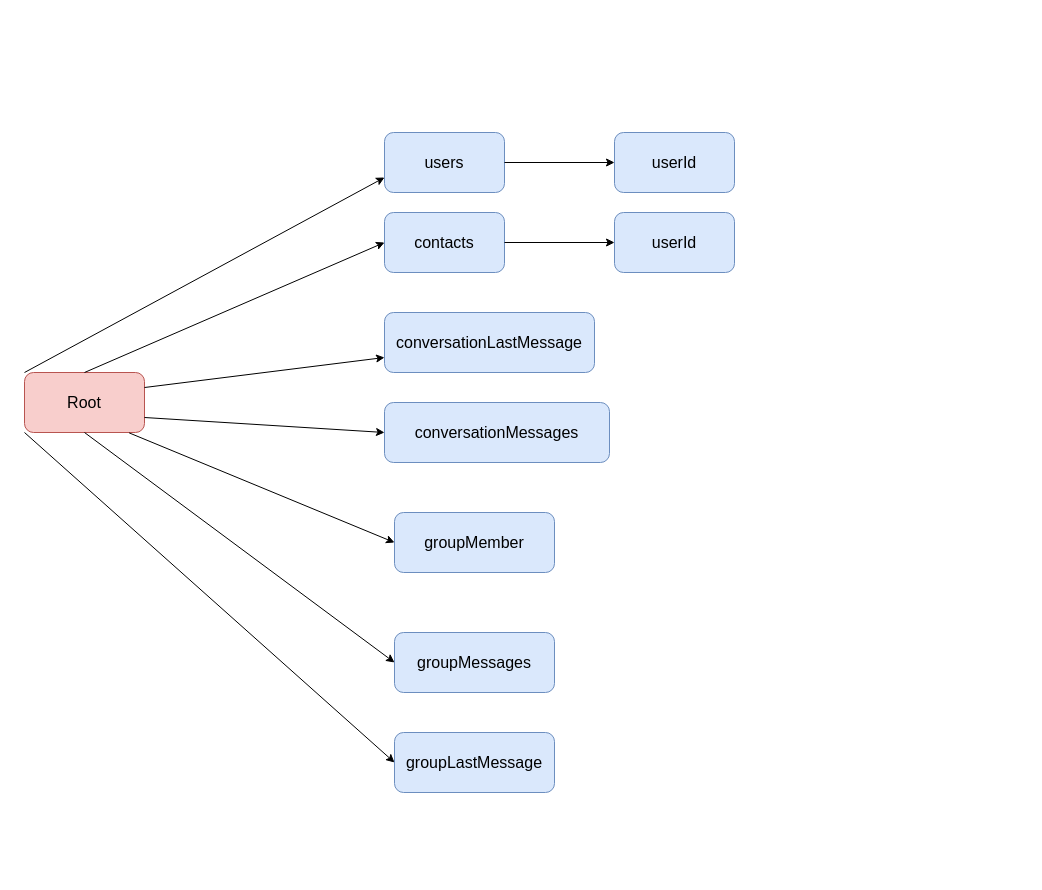
This is Untitled Diagram.drawio from vuduongtp/RingChat-Java-Android, a draw.io file, before an edit. Source tidied: cells renumbered, new cells numbered last; positions are measured from the earlier drawing's top-left corner, leaving out a move shared by most shapes. Both pictures are drawn from the tidied source at 100%, with x=0, y=0 at pixel (24, 132).
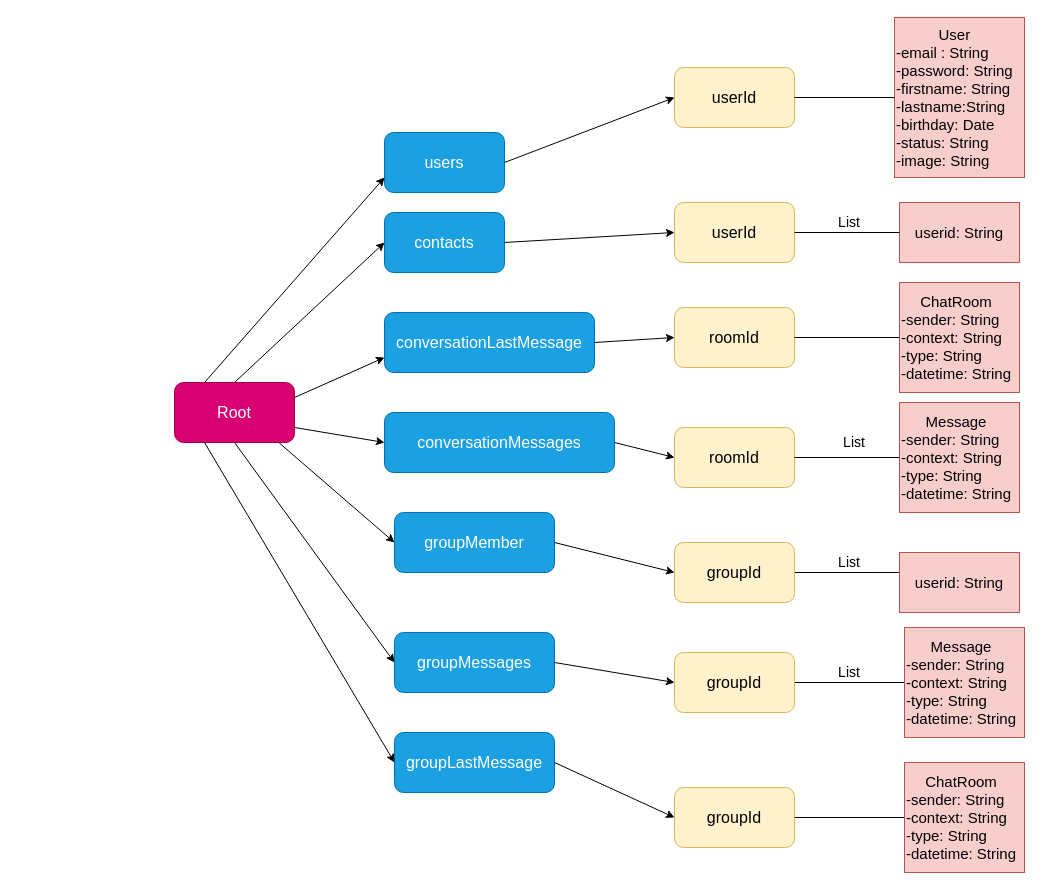
The same page after the edit.

Diff of the diagram source:
```diff
@@
-    <mxCell id="2" value="&lt;font style=&quot;font-size: 16px&quot;&gt;Root&lt;/font&gt;" style="rounded=1;whiteSpace=wrap;html=1;fillColor=#f8cecc;strokeColor=#b85450;" parent="1" vertex="1">
-      <mxGeometry y="240" width="120" height="60" as="geometry" />
+    <mxCell id="2" value="&lt;font style=&quot;font-size: 16px&quot;&gt;Root&lt;/font&gt;" style="rounded=1;whiteSpace=wrap;html=1;fillColor=#d80073;strokeColor=#A50040;fontColor=#ffffff;" parent="1" vertex="1">
+      <mxGeometry x="150" y="250" width="120" height="60" as="geometry" />
     </mxCell>
-    <mxCell id="3" value="&lt;font style=&quot;font-size: 16px&quot;&gt;users&lt;/font&gt;" style="rounded=1;whiteSpace=wrap;html=1;fillColor=#dae8fc;strokeColor=#6c8ebf;" parent="1" vertex="1">
+    <mxCell id="3" value="&lt;font style=&quot;font-size: 16px&quot;&gt;users&lt;/font&gt;" style="rounded=1;whiteSpace=wrap;html=1;fillColor=#1ba1e2;strokeColor=#006EAF;fontColor=#ffffff;" parent="1" vertex="1">
       <mxGeometry x="360" width="120" height="60" as="geometry" />
     </mxCell>
-    <mxCell id="4" value="&lt;span style=&quot;font-size: 16px&quot;&gt;contacts&lt;/span&gt;" style="rounded=1;whiteSpace=wrap;html=1;fillColor=#dae8fc;strokeColor=#6c8ebf;" parent="1" vertex="1">
+    <mxCell id="4" value="&lt;span style=&quot;font-size: 16px&quot;&gt;contacts&lt;/span&gt;" style="rounded=1;whiteSpace=wrap;html=1;fillColor=#1ba1e2;strokeColor=#006EAF;fontColor=#ffffff;" parent="1" vertex="1">
       <mxGeometry x="360" y="80" width="120" height="60" as="geometry" />
     </mxCell>
-    <mxCell id="5" value="&lt;span style=&quot;font-size: 16px&quot;&gt;conversationLastMessage&lt;/span&gt;" style="rounded=1;whiteSpace=wrap;html=1;fillColor=#dae8fc;strokeColor=#6c8ebf;" parent="1" vertex="1">
+    <mxCell id="5" value="&lt;span style=&quot;font-size: 16px&quot;&gt;conversationLastMessage&lt;/span&gt;" style="rounded=1;whiteSpace=wrap;html=1;fillColor=#1ba1e2;strokeColor=#006EAF;fontColor=#ffffff;" parent="1" vertex="1">
       <mxGeometry x="360" y="180" width="210" height="60" as="geometry" />
     </mxCell>
     <mxCell id="6" style="group;" parent="1" vertex="1">
-      <mxGeometry x="360" y="250" width="450" height="80" as="geometry" />
+      <mxGeometry x="360" y="260" width="230" height="80" as="geometry" />
     </mxCell>
-    <mxCell id="7" value="&lt;span style=&quot;font-size: 16px&quot;&gt;conversationMessages&lt;/span&gt;" style="rounded=1;whiteSpace=wrap;html=1;fillColor=#dae8fc;strokeColor=#6c8ebf;" parent="6" vertex="1">
-      <mxGeometry y="20" width="225" height="60" as="geometry" />
+    <mxCell id="7" value="&lt;span style=&quot;font-size: 16px&quot;&gt;conversationMessages&lt;/span&gt;" style="rounded=1;whiteSpace=wrap;html=1;fillColor=#1ba1e2;strokeColor=#006EAF;fontColor=#ffffff;" parent="6" vertex="1">
+      <mxGeometry y="20" width="230" height="60" as="geometry" />
     </mxCell>
-    <mxCell id="8" style="endArrow=classic;html=1;exitX=0;exitY=0;exitDx=0;exitDy=0;entryX=0;entryY=0.75;entryDx=0;entryDy=0;" parent="1" edge="1" source="2" target="3">
+    <mxCell id="8" style="endArrow=classic;html=1;exitX=0.25;exitY=0;exitDx=0;exitDy=0;entryX=0;entryY=0.75;entryDx=0;entryDy=0;" parent="1" edge="1" source="2" target="3">
       <mxGeometry relative="1" as="geometry" />
     </mxCell>
@@
-    <mxCell id="13" value="&lt;font style=&quot;font-size: 16px&quot;&gt;groupMember&lt;/font&gt;" style="rounded=1;whiteSpace=wrap;html=1;fillColor=#dae8fc;strokeColor=#6c8ebf;" parent="1" vertex="1">
+    <mxCell id="13" value="&lt;font style=&quot;font-size: 16px&quot;&gt;groupMember&lt;/font&gt;" style="rounded=1;whiteSpace=wrap;html=1;fillColor=#1ba1e2;strokeColor=#006EAF;fontColor=#ffffff;" parent="1" vertex="1">
       <mxGeometry x="370" y="380" width="160" height="60" as="geometry" />
     </mxCell>
@@
-    <mxCell id="15" value="&lt;font style=&quot;font-size: 16px&quot;&gt;groupLastMessage&lt;/font&gt;" style="rounded=1;whiteSpace=wrap;html=1;fillColor=#dae8fc;strokeColor=#6c8ebf;" parent="1" vertex="1">
+    <mxCell id="15" value="&lt;font style=&quot;font-size: 16px&quot;&gt;groupLastMessage&lt;/font&gt;" style="rounded=1;whiteSpace=wrap;html=1;fillColor=#1ba1e2;strokeColor=#006EAF;fontColor=#ffffff;" parent="1" vertex="1">
       <mxGeometry x="370" y="600" width="160" height="60" as="geometry" />
     </mxCell>
-    <mxCell id="16" style="endArrow=classic;html=1;exitX=0;exitY=1;exitDx=0;exitDy=0;entryX=0;entryY=0.5;entryDx=0;entryDy=0;" parent="1" edge="1" source="2" target="15">
+    <mxCell id="16" style="endArrow=classic;html=1;exitX=0.25;exitY=1;exitDx=0;exitDy=0;entryX=0;entryY=0.5;entryDx=0;entryDy=0;" parent="1" edge="1" source="2" target="15">
       <mxGeometry relative="1" as="geometry" />
     </mxCell>
@@
-    <mxCell id="18" value="&lt;font style=&quot;font-size: 16px&quot;&gt;groupMessages&lt;/font&gt;" style="rounded=1;whiteSpace=wrap;html=1;fillColor=#dae8fc;strokeColor=#6c8ebf;" parent="1" vertex="1">
+    <mxCell id="18" value="&lt;font style=&quot;font-size: 16px&quot;&gt;groupMessages&lt;/font&gt;" style="rounded=1;whiteSpace=wrap;html=1;fillColor=#1ba1e2;strokeColor=#006EAF;fontColor=#ffffff;" parent="1" vertex="1">
       <mxGeometry x="370" y="500" width="160" height="60" as="geometry" />
     </mxCell>
-    <mxCell id="19" value="&lt;font style=&quot;font-size: 16px&quot;&gt;userId&lt;/font&gt;" style="rounded=1;whiteSpace=wrap;html=1;fillColor=#dae8fc;strokeColor=#6c8ebf;" parent="1" vertex="1">
-      <mxGeometry x="590" width="120" height="60" as="geometry" />
+    <mxCell id="19" value="&lt;font style=&quot;font-size: 16px&quot;&gt;userId&lt;/font&gt;" style="rounded=1;whiteSpace=wrap;html=1;fillColor=#fff2cc;strokeColor=#d6b656;" parent="1" vertex="1">
+      <mxGeometry x="650" y="-65" width="120" height="60" as="geometry" />
     </mxCell>
@@
-    <mxCell id="21" value="&lt;font style=&quot;font-size: 16px&quot;&gt;userId&lt;/font&gt;" style="rounded=1;whiteSpace=wrap;html=1;fillColor=#dae8fc;strokeColor=#6c8ebf;" parent="1" vertex="1">
-      <mxGeometry x="590" y="80" width="120" height="60" as="geometry" />
+    <mxCell id="21" value="&lt;font style=&quot;font-size: 16px&quot;&gt;userId&lt;/font&gt;" style="rounded=1;whiteSpace=wrap;html=1;fillColor=#fff2cc;strokeColor=#d6b656;" parent="1" vertex="1">
+      <mxGeometry x="650" y="70" width="120" height="60" as="geometry" />
     </mxCell>
@@
+    <mxCell id="23" value="&lt;div style=&quot;text-align: center ; font-size: 15px&quot;&gt;&lt;font style=&quot;font-size: 15px&quot;&gt;User&lt;/font&gt;&lt;/div&gt;&lt;font style=&quot;font-size: 15px&quot;&gt;&lt;font style=&quot;font-size: 15px&quot;&gt;-email : String&lt;br&gt;-password: String&lt;br&gt;-firstname: String&lt;br&gt;-lastname:String&lt;br&gt;-birthday: Date&lt;br&gt;-status: String&lt;br&gt;-image: String&lt;/font&gt;&lt;br&gt;&lt;/font&gt;" style="rounded=0;whiteSpace=wrap;html=1;align=left;fillColor=#f8cecc;strokeColor=#b85450;" parent="1" vertex="1">
+      <mxGeometry x="870" y="-115" width="130" height="160" as="geometry" />
+    </mxCell>
+    <mxCell id="24" style="endArrow=none;html=1;entryX=1;entryY=0.5;entryDx=0;entryDy=0;exitX=0;exitY=0.5;exitDx=0;exitDy=0;" parent="1" edge="1" source="23" target="19">
+      <mxGeometry relative="1" as="geometry" />
+    </mxCell>
+    <mxCell id="25" value="&lt;font style=&quot;font-size: 15px&quot;&gt;userid: String&lt;/font&gt;" style="rounded=0;whiteSpace=wrap;html=1;fillColor=#f8cecc;strokeColor=#b85450;" parent="1" vertex="1">
+      <mxGeometry x="875" y="70" width="120" height="60" as="geometry" />
+    </mxCell>
+    <mxCell id="26" style="endArrow=none;html=1;entryX=1;entryY=0.5;entryDx=0;entryDy=0;" parent="1" edge="1" source="25" target="21">
+      <mxGeometry relative="1" as="geometry" />
+    </mxCell>
+    <mxCell id="27" value="&lt;font style=&quot;font-size: 16px&quot;&gt;roomId&lt;/font&gt;" style="rounded=1;whiteSpace=wrap;html=1;fillColor=#fff2cc;strokeColor=#d6b656;" parent="1" vertex="1">
+      <mxGeometry x="650" y="175" width="120" height="60" as="geometry" />
+    </mxCell>
+    <mxCell id="28" style="endArrow=classic;html=1;exitX=1;exitY=0.5;exitDx=0;exitDy=0;entryX=0;entryY=0.5;entryDx=0;entryDy=0;" parent="1" edge="1" source="5" target="27">
+      <mxGeometry relative="1" as="geometry" />
+    </mxCell>
+    <mxCell id="29" value="&lt;div style=&quot;text-align: center ; font-size: 15px&quot;&gt;&lt;font style=&quot;font-size: 15px&quot;&gt;ChatRoom&lt;/font&gt;&lt;/div&gt;&lt;font style=&quot;font-size: 15px&quot;&gt;&lt;font style=&quot;font-size: 15px&quot;&gt;-sender: String&lt;br&gt;-context: String&lt;br&gt;-type: String&lt;br&gt;-datetime: String&lt;/font&gt;&lt;br&gt;&lt;/font&gt;" style="rounded=0;whiteSpace=wrap;html=1;fillColor=#f8cecc;strokeColor=#b85450;align=left;" parent="1" vertex="1">
+      <mxGeometry x="875" y="150" width="120" height="110" as="geometry" />
+    </mxCell>
+    <mxCell id="30" style="endArrow=none;html=1;entryX=1;entryY=0.5;entryDx=0;entryDy=0;exitX=0;exitY=0.5;exitDx=0;exitDy=0;" parent="1" edge="1" source="29" target="27">
+      <mxGeometry relative="1" as="geometry" />
+    </mxCell>
+    <mxCell id="31" value="&lt;font style=&quot;font-size: 16px&quot;&gt;roomId&lt;/font&gt;" style="rounded=1;whiteSpace=wrap;html=1;fillColor=#fff2cc;strokeColor=#d6b656;" parent="1" vertex="1">
+      <mxGeometry x="650" y="295" width="120" height="60" as="geometry" />
+    </mxCell>
+    <mxCell id="32" style="endArrow=classic;html=1;exitX=1;exitY=0.5;exitDx=0;exitDy=0;entryX=0;entryY=0.5;entryDx=0;entryDy=0;" parent="1" edge="1" source="7" target="31">
+      <mxGeometry relative="1" as="geometry" />
+    </mxCell>
+    <mxCell id="33" value="&lt;div style=&quot;text-align: center ; font-size: 15px&quot;&gt;&lt;font style=&quot;font-size: 15px&quot;&gt;Message&lt;/font&gt;&lt;/div&gt;&lt;font style=&quot;font-size: 15px&quot;&gt;&lt;font style=&quot;font-size: 15px&quot;&gt;-sender: String&lt;br&gt;-context: String&lt;br&gt;-type: String&lt;br&gt;-datetime: String&lt;/font&gt;&lt;br&gt;&lt;/font&gt;" style="rounded=0;whiteSpace=wrap;html=1;fillColor=#f8cecc;strokeColor=#b85450;align=left;" parent="1" vertex="1">
+      <mxGeometry x="875" y="270" width="120" height="110" as="geometry" />
+    </mxCell>
+    <mxCell id="34" style="endArrow=none;html=1;entryX=1;entryY=0.5;entryDx=0;entryDy=0;exitX=0;exitY=0.5;exitDx=0;exitDy=0;" parent="1" edge="1" source="33" target="31">
+      <mxGeometry relative="1" as="geometry" />
+    </mxCell>
+    <mxCell id="35" style="endArrow=none;html=1;entryX=1;entryY=0.5;entryDx=0;entryDy=0;exitX=0;exitY=0.333;exitDx=0;exitDy=0;exitPerimeter=0;" parent="1" edge="1" source="38" target="37">
+      <mxGeometry relative="1" as="geometry" />
+    </mxCell>
+    <mxCell id="36" style="endArrow=classic;html=1;exitX=1;exitY=0.5;exitDx=0;exitDy=0;entryX=0;entryY=0.5;entryDx=0;entryDy=0;" parent="1" edge="1" source="13" target="37">
+      <mxGeometry relative="1" as="geometry" />
+    </mxCell>
+    <mxCell id="37" value="&lt;font style=&quot;font-size: 16px&quot;&gt;groupId&lt;/font&gt;" style="rounded=1;whiteSpace=wrap;html=1;fillColor=#fff2cc;strokeColor=#d6b656;" parent="1" vertex="1">
+      <mxGeometry x="650" y="410" width="120" height="60" as="geometry" />
+    </mxCell>
+    <mxCell id="38" value="&lt;font style=&quot;font-size: 15px&quot;&gt;userid: String&lt;/font&gt;" style="rounded=0;whiteSpace=wrap;html=1;fillColor=#f8cecc;strokeColor=#b85450;" parent="1" vertex="1">
+      <mxGeometry x="875" y="420" width="120" height="60" as="geometry" />
+    </mxCell>
+    <mxCell id="39" style="endArrow=none;html=1;entryX=1;entryY=0.5;entryDx=0;entryDy=0;exitX=0;exitY=0.5;exitDx=0;exitDy=0;" parent="1" edge="1" source="46" target="41">
+      <mxGeometry relative="1" as="geometry" />
+    </mxCell>
+    <mxCell id="40" style="endArrow=classic;html=1;exitX=1;exitY=0.5;exitDx=0;exitDy=0;entryX=0;entryY=0.5;entryDx=0;entryDy=0;" parent="1" edge="1" source="18" target="41">
+      <mxGeometry relative="1" as="geometry" />
+    </mxCell>
+    <mxCell id="41" value="&lt;font style=&quot;font-size: 16px&quot;&gt;groupId&lt;/font&gt;" style="rounded=1;whiteSpace=wrap;html=1;fillColor=#fff2cc;strokeColor=#d6b656;" parent="1" vertex="1">
+      <mxGeometry x="650" y="520" width="120" height="60" as="geometry" />
+    </mxCell>
+    <mxCell id="42" style="endArrow=none;html=1;exitX=0;exitY=0.5;exitDx=0;exitDy=0;entryX=1;entryY=0.5;entryDx=0;entryDy=0;" parent="1" edge="1" source="45" target="44">
+      <mxGeometry relative="1" as="geometry" />
+    </mxCell>
+    <mxCell id="43" style="endArrow=classic;html=1;exitX=1;exitY=0.5;exitDx=0;exitDy=0;entryX=0;entryY=0.5;entryDx=0;entryDy=0;" parent="1" edge="1" source="15" target="44">
+      <mxGeometry relative="1" as="geometry" />
+    </mxCell>
+    <mxCell id="44" value="&lt;font style=&quot;font-size: 16px&quot;&gt;groupId&lt;/font&gt;" style="rounded=1;whiteSpace=wrap;html=1;fillColor=#fff2cc;strokeColor=#d6b656;" parent="1" vertex="1">
+      <mxGeometry x="650" y="655" width="120" height="60" as="geometry" />
+    </mxCell>
+    <mxCell id="45" value="&lt;div style=&quot;text-align: center ; font-size: 15px&quot;&gt;&lt;font style=&quot;font-size: 15px&quot;&gt;ChatRoom&lt;/font&gt;&lt;/div&gt;&lt;font style=&quot;font-size: 15px&quot;&gt;&lt;font style=&quot;font-size: 15px&quot;&gt;-sender: String&lt;br&gt;-context: String&lt;br&gt;-type: String&lt;br&gt;-datetime: String&lt;/font&gt;&lt;br&gt;&lt;/font&gt;" style="rounded=0;whiteSpace=wrap;html=1;fillColor=#f8cecc;strokeColor=#b85450;align=left;" parent="1" vertex="1">
+      <mxGeometry x="880" y="630" width="120" height="110" as="geometry" />
+    </mxCell>
+    <mxCell id="46" value="&lt;div style=&quot;text-align: center ; font-size: 15px&quot;&gt;&lt;font style=&quot;font-size: 15px&quot;&gt;Message&lt;/font&gt;&lt;/div&gt;&lt;font style=&quot;font-size: 15px&quot;&gt;&lt;font style=&quot;font-size: 15px&quot;&gt;-sender: String&lt;br&gt;-context: String&lt;br&gt;-type: String&lt;br&gt;-datetime: String&lt;/font&gt;&lt;br&gt;&lt;/font&gt;" style="rounded=0;whiteSpace=wrap;html=1;fillColor=#f8cecc;strokeColor=#b85450;align=left;" parent="1" vertex="1">
+      <mxGeometry x="880" y="495" width="120" height="110" as="geometry" />
+    </mxCell>
+    <mxCell id="47" value="&lt;font style=&quot;font-size: 14px&quot;&gt;List&lt;/font&gt;" style="text;html=1;align=center;verticalAlign=middle;whiteSpace=wrap;rounded=0;" parent="1" vertex="1">
+      <mxGeometry x="805" y="80" width="40" height="20" as="geometry" />
+    </mxCell>
+    <mxCell id="48" value="&lt;font style=&quot;font-size: 14px&quot;&gt;List&lt;/font&gt;" style="text;html=1;align=center;verticalAlign=middle;whiteSpace=wrap;rounded=0;" parent="1" vertex="1">
+      <mxGeometry x="810" y="300" width="40" height="20" as="geometry" />
+    </mxCell>
+    <mxCell id="49" value="&lt;font style=&quot;font-size: 14px&quot;&gt;List&lt;/font&gt;" style="text;html=1;align=center;verticalAlign=middle;whiteSpace=wrap;rounded=0;" parent="1" vertex="1">
+      <mxGeometry x="805" y="420" width="40" height="20" as="geometry" />
+    </mxCell>
+    <mxCell id="50" value="&lt;font style=&quot;font-size: 14px&quot;&gt;List&lt;/font&gt;" style="text;html=1;align=center;verticalAlign=middle;whiteSpace=wrap;rounded=0;" parent="1" vertex="1">
+      <mxGeometry x="805" y="530" width="40" height="20" as="geometry" />
+    </mxCell>
```
